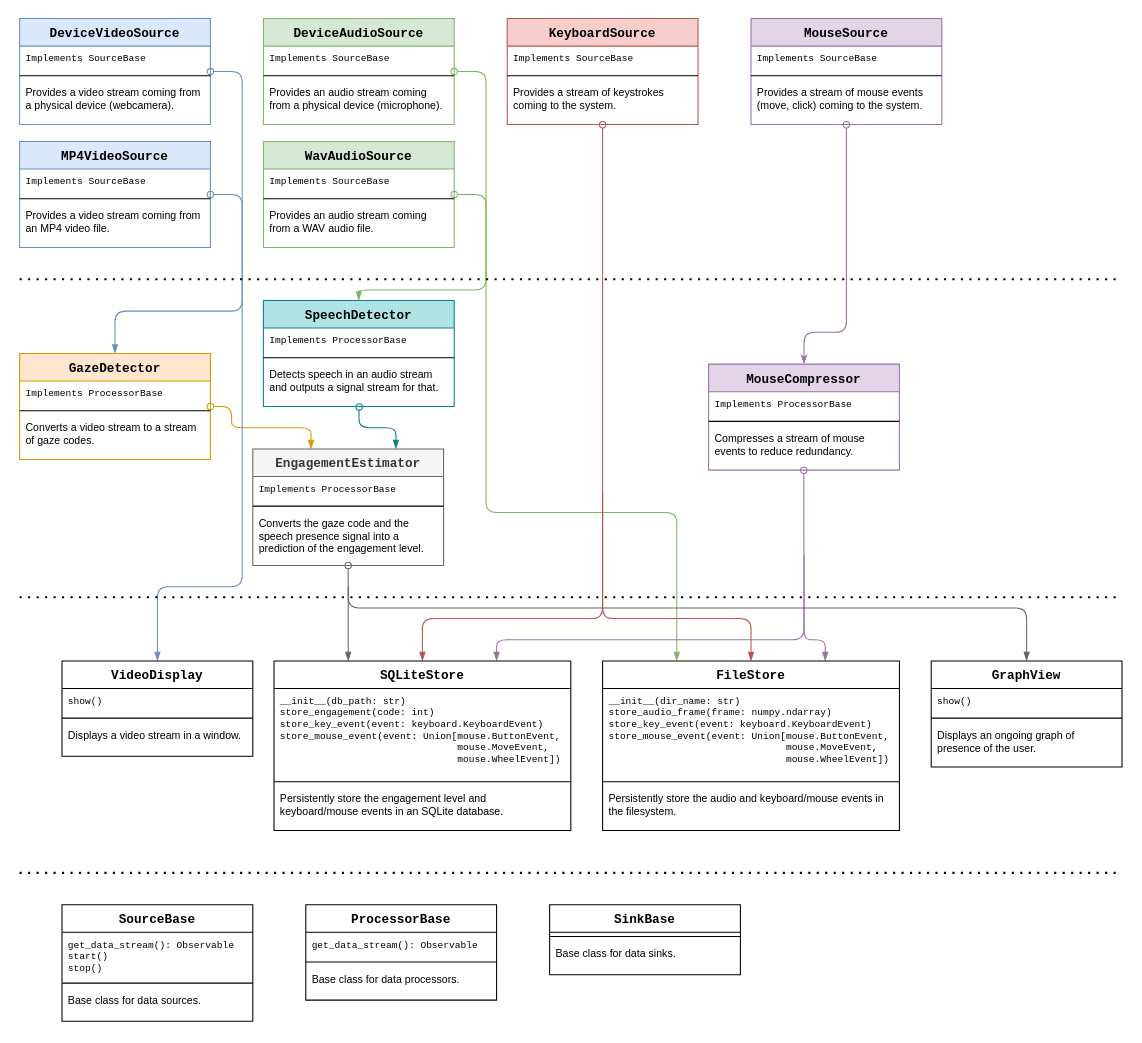
Above: documents/architecture.drawio in IamMaxim/vigilant-palm-tree (draw.io), before the change. Source tidied: cells renumbered, new cells numbered last; positions are measured from the earlier drawing's top-left corner, leaving out a move shared by most shapes. Both pictures are drawn from the tidied source at 106%, with x=0, y=0 at pixel (19, 18).
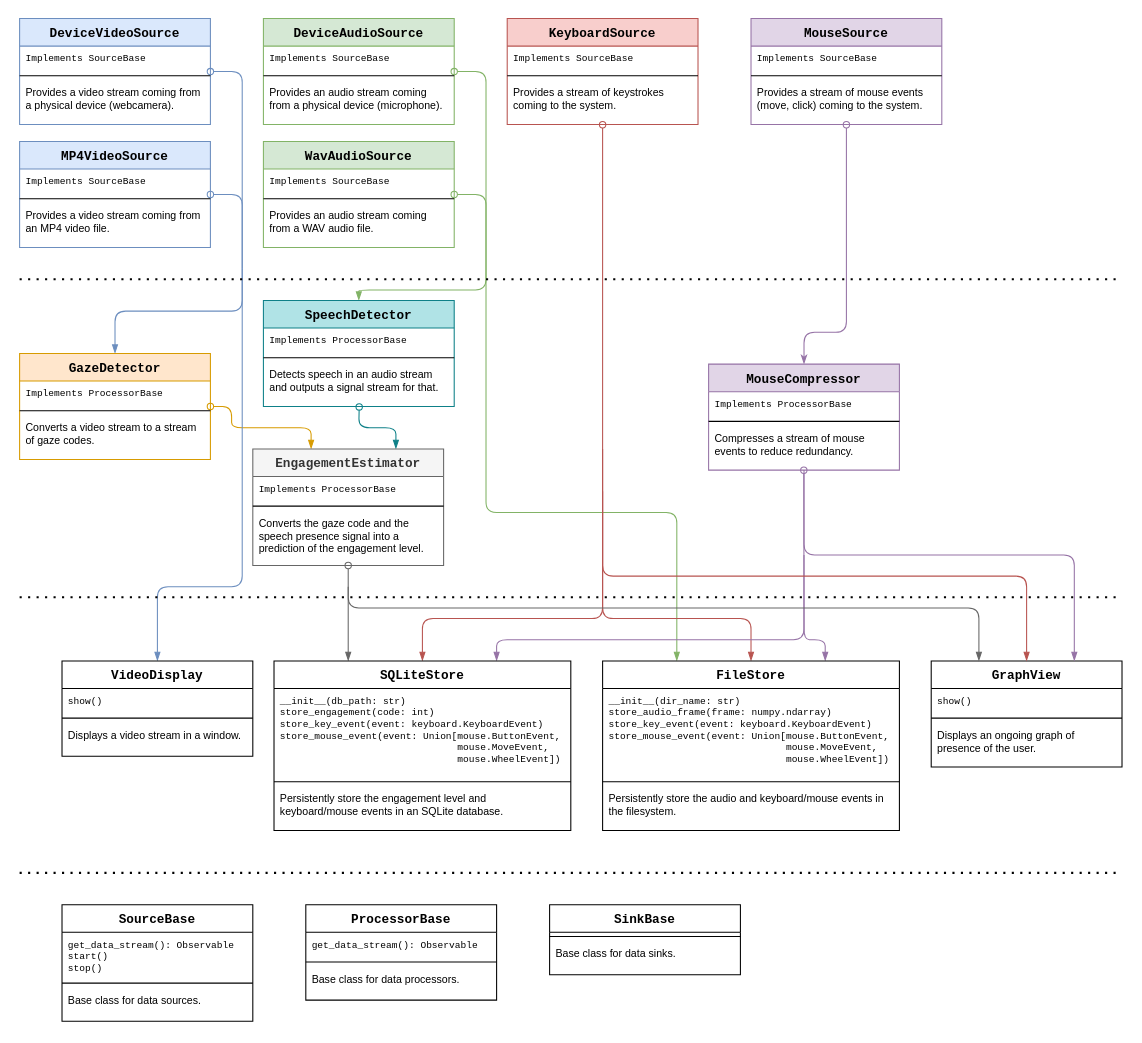
Above is the later version.

Commit message:
Wire up the keyboard and mouse to the graph view

Unchanged cells that the change refers to:
```xml
<mxCell id="81" value="GraphView" style="swimlane;fontStyle=1;align=center;verticalAlign=top;horizontal=1;startSize=26;fontFamily=Courier New;" parent="1" vertex="1">
  <mxGeometry x="860" y="606" width="180" height="100" as="geometry" />
</mxCell>
```

Change to the diagram source:
```diff
@@
-    <mxCell id="85" style="endArrow=blockThin;html=1;endFill=1;fillColor=#f5f5f5;strokeColor=#666666;entryX=0.5;entryY=0;entryDx=0;entryDy=0;" parent="1" edge="1" target="81">
+    <mxCell id="85" style="endArrow=blockThin;html=1;endFill=1;fillColor=#f5f5f5;strokeColor=#666666;entryX=0.25;entryY=0;entryDx=0;entryDy=0;" parent="1" edge="1" target="81">
       <mxGeometry relative="1" as="geometry">
         <mxPoint x="310" y="536" as="sourcePoint" />
         <Array as="points">
           <mxPoint x="310" y="556" />
-          <mxPoint x="950" y="556" />
+          <mxPoint x="905" y="556" />
         </Array>
       </mxGeometry>
     </mxCell>
+    <mxCell id="86" style="endArrow=none;html=1;exitX=0.5;exitY=0;exitDx=0;exitDy=0;startArrow=blockThin;startFill=1;fillColor=#f8cecc;strokeColor=#b85450;" parent="1" edge="1" source="81">
+      <mxGeometry relative="1" as="geometry">
+        <mxPoint x="550" y="406" as="targetPoint" />
+        <Array as="points">
+          <mxPoint x="950" y="526" />
+          <mxPoint x="550" y="526" />
+        </Array>
+      </mxGeometry>
+    </mxCell>
+    <mxCell id="87" style="endArrow=none;html=1;exitX=0.75;exitY=0;exitDx=0;exitDy=0;startArrow=blockThin;startFill=1;fillColor=#e1d5e7;strokeColor=#9673a6;" parent="1" edge="1" source="81">
+      <mxGeometry relative="1" as="geometry">
+        <mxPoint x="740" y="426" as="targetPoint" />
+        <Array as="points">
+          <mxPoint x="995" y="506" />
+          <mxPoint x="740" y="506" />
+        </Array>
+      </mxGeometry>
+    </mxCell>
```
